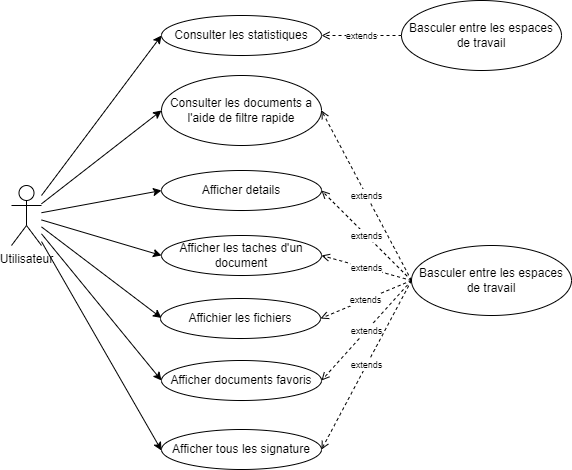
PFE-Neoledge-2023/rapport keeps this draw.io diagram as images_pfe/use_case_sprint_7.png. Above is the earlier version. Source tidied: cells renumbered, new cells last; positions are measured from the earlier drawing's top-left corner, leaving out a move shared by most shapes.
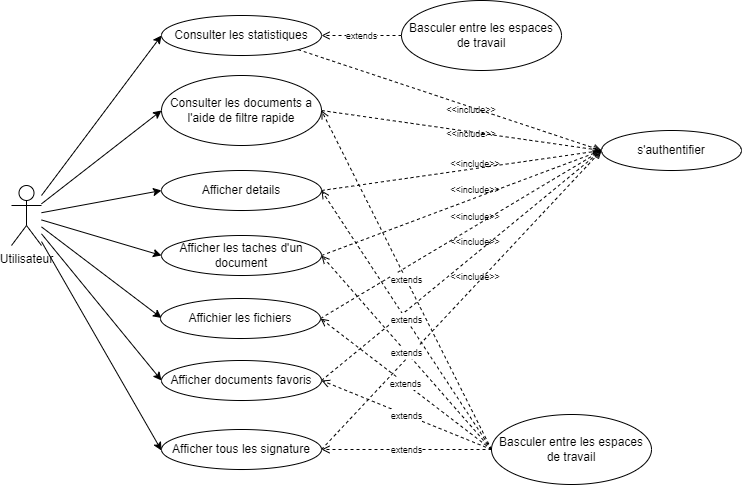
Above is the later version.

The edit, as a diff of the source:
```diff
@@ -36,9 +36,15 @@
     <mxCell id="9" value="Utilisateur" style="shape=umlActor;verticalLabelPosition=bottom;verticalAlign=top;html=1;" parent="1" vertex="1">
       <mxGeometry y="185" width="30" height="60" as="geometry" />
     </mxCell>
+    <mxCell id="26" style="edgeStyle=none;html=1;exitX=1;exitY=1;exitDx=0;exitDy=0;entryX=0;entryY=0.5;entryDx=0;entryDy=0;dashed=1;endArrow=open;endFill=0;" parent="1" edge="1" source="10" target="33">
+      <mxGeometry relative="1" as="geometry" />
+    </mxCell>
     <mxCell id="10" value="Consulter les statistiques" style="ellipse;whiteSpace=wrap;html=1;" parent="1" vertex="1">
       <mxGeometry x="150" y="15" width="160" height="40" as="geometry" />
     </mxCell>
+    <mxCell id="27" style="edgeStyle=none;html=1;exitX=1;exitY=0.5;exitDx=0;exitDy=0;entryX=0;entryY=0.5;entryDx=0;entryDy=0;dashed=1;endArrow=open;endFill=0;" parent="1" edge="1" source="11" target="33">
+      <mxGeometry relative="1" as="geometry" />
+    </mxCell>
     <mxCell id="11" value="Consulter les documents a l'aide de filtre rapide" style="ellipse;whiteSpace=wrap;html=1;" parent="1" vertex="1">
       <mxGeometry x="150" y="75" width="160" height="70" as="geometry" />
     </mxCell>
@@ -48,18 +54,33 @@
     <mxCell id="13" value="Basculer entre les espaces de travail" style="ellipse;whiteSpace=wrap;html=1;" parent="1" vertex="1">
       <mxGeometry x="390" width="160" height="70" as="geometry" />
     </mxCell>
+    <mxCell id="28" style="edgeStyle=none;html=1;exitX=1;exitY=0.5;exitDx=0;exitDy=0;entryX=0;entryY=0.5;entryDx=0;entryDy=0;dashed=1;endArrow=open;endFill=0;" parent="1" edge="1" source="14" target="33">
+      <mxGeometry relative="1" as="geometry" />
+    </mxCell>
     <mxCell id="14" value="Afficher details" style="ellipse;whiteSpace=wrap;html=1;" parent="1" vertex="1">
       <mxGeometry x="150" y="170" width="160" height="40" as="geometry" />
     </mxCell>
+    <mxCell id="29" style="edgeStyle=none;html=1;exitX=1;exitY=0.5;exitDx=0;exitDy=0;entryX=0;entryY=0.5;entryDx=0;entryDy=0;dashed=1;endArrow=open;endFill=0;" parent="1" edge="1" source="15" target="33">
+      <mxGeometry relative="1" as="geometry" />
+    </mxCell>
     <mxCell id="15" value="Afficher les taches d'un document" style="ellipse;whiteSpace=wrap;html=1;" parent="1" vertex="1">
       <mxGeometry x="150" y="235" width="160" height="40" as="geometry" />
     </mxCell>
+    <mxCell id="30" style="edgeStyle=none;html=1;exitX=1;exitY=0.5;exitDx=0;exitDy=0;dashed=1;endArrow=open;endFill=0;entryX=0;entryY=0.5;entryDx=0;entryDy=0;" parent="1" edge="1" source="16" target="33">
+      <mxGeometry relative="1" as="geometry" />
+    </mxCell>
     <mxCell id="16" value="Affichier les fichiers" style="ellipse;whiteSpace=wrap;html=1;" parent="1" vertex="1">
       <mxGeometry x="149" y="298" width="160" height="40" as="geometry" />
     </mxCell>
+    <mxCell id="31" style="edgeStyle=none;html=1;exitX=1;exitY=0.5;exitDx=0;exitDy=0;dashed=1;endArrow=open;endFill=0;entryX=0;entryY=0.5;entryDx=0;entryDy=0;" parent="1" edge="1" source="17" target="33">
+      <mxGeometry relative="1" as="geometry" />
+    </mxCell>
     <mxCell id="17" value="Aﬀicher documents favoris" style="ellipse;whiteSpace=wrap;html=1;" parent="1" vertex="1">
       <mxGeometry x="150" y="360" width="160" height="40" as="geometry" />
     </mxCell>
+    <mxCell id="32" style="edgeStyle=none;html=1;exitX=1;exitY=0.5;exitDx=0;exitDy=0;dashed=1;endArrow=open;endFill=0;entryX=0;entryY=0.5;entryDx=0;entryDy=0;" parent="1" edge="1" source="18" target="33">
+      <mxGeometry relative="1" as="geometry" />
+    </mxCell>
     <mxCell id="18" value="Afficher tous les signature" style="ellipse;whiteSpace=wrap;html=1;" parent="1" vertex="1">
       <mxGeometry x="150" y="429" width="160" height="40" as="geometry" />
     </mxCell>
@@ -67,7 +88,7 @@
       <mxGeometry relative="1" as="geometry" />
     </mxCell>
     <mxCell id="20" value="Basculer entre les espaces de travail" style="ellipse;whiteSpace=wrap;html=1;" parent="1" vertex="1">
-      <mxGeometry x="400" y="245" width="160" height="70" as="geometry" />
+      <mxGeometry x="480" y="414" width="160" height="70" as="geometry" />
     </mxCell>
     <mxCell id="21" value="&lt;font style=&quot;font-size: 9px;&quot;&gt;extends&lt;/font&gt;" style="edgeStyle=none;html=1;entryX=1;entryY=0.5;entryDx=0;entryDy=0;dashed=1;startArrow=none;startFill=0;endArrow=open;endFill=0;exitX=0;exitY=0.5;exitDx=0;exitDy=0;" parent="1" edge="1" source="20" target="14">
       <mxGeometry relative="1" as="geometry" />
@@ -84,5 +105,29 @@
     <mxCell id="25" value="&lt;font style=&quot;font-size: 9px;&quot;&gt;extends&lt;/font&gt;" style="edgeStyle=none;html=1;entryX=1;entryY=0.5;entryDx=0;entryDy=0;dashed=1;startArrow=none;startFill=0;endArrow=open;endFill=0;exitX=0;exitY=0.5;exitDx=0;exitDy=0;" parent="1" edge="1" source="20" target="18">
       <mxGeometry relative="1" as="geometry" />
     </mxCell>
+    <mxCell id="33" value="s'authentifier" style="ellipse;whiteSpace=wrap;html=1;" parent="1" vertex="1">
+      <mxGeometry x="590" y="130" width="140" height="40" as="geometry" />
+    </mxCell>
+    <mxCell id="34" value="&amp;lt;&amp;lt;include&amp;gt;&amp;gt;" style="text;html=1;strokeColor=none;fillColor=none;align=center;verticalAlign=middle;whiteSpace=wrap;rounded=0;fontSize=9;" parent="1" vertex="1">
+      <mxGeometry x="430" y="95" width="60" height="30" as="geometry" />
+    </mxCell>
+    <mxCell id="35" value="&amp;lt;&amp;lt;include&amp;gt;&amp;gt;" style="text;html=1;strokeColor=none;fillColor=none;align=center;verticalAlign=middle;whiteSpace=wrap;rounded=0;fontSize=9;" parent="1" vertex="1">
+      <mxGeometry x="430" y="119" width="60" height="30" as="geometry" />
+    </mxCell>
+    <mxCell id="36" value="&amp;lt;&amp;lt;include&amp;gt;&amp;gt;" style="text;html=1;strokeColor=none;fillColor=none;align=center;verticalAlign=middle;whiteSpace=wrap;rounded=0;fontSize=9;" parent="1" vertex="1">
+      <mxGeometry x="434" y="149" width="60" height="30" as="geometry" />
+    </mxCell>
+    <mxCell id="37" value="&amp;lt;&amp;lt;include&amp;gt;&amp;gt;" style="text;html=1;strokeColor=none;fillColor=none;align=center;verticalAlign=middle;whiteSpace=wrap;rounded=0;fontSize=9;" parent="1" vertex="1">
+      <mxGeometry x="434" y="175" width="60" height="30" as="geometry" />
+    </mxCell>
+    <mxCell id="38" value="&amp;lt;&amp;lt;include&amp;gt;&amp;gt;" style="text;html=1;strokeColor=none;fillColor=none;align=center;verticalAlign=middle;whiteSpace=wrap;rounded=0;fontSize=9;" parent="1" vertex="1">
+      <mxGeometry x="434" y="202" width="60" height="30" as="geometry" />
+    </mxCell>
+    <mxCell id="39" value="&amp;lt;&amp;lt;include&amp;gt;&amp;gt;" style="text;html=1;strokeColor=none;fillColor=none;align=center;verticalAlign=middle;whiteSpace=wrap;rounded=0;fontSize=9;" parent="1" vertex="1">
+      <mxGeometry x="434" y="227" width="60" height="30" as="geometry" />
+    </mxCell>
+    <mxCell id="40" value="&amp;lt;&amp;lt;include&amp;gt;&amp;gt;" style="text;html=1;strokeColor=none;fillColor=none;align=center;verticalAlign=middle;whiteSpace=wrap;rounded=0;fontSize=9;" parent="1" vertex="1">
+      <mxGeometry x="434" y="262" width="60" height="30" as="geometry" />
+    </mxCell>
   </root>
 </mxGraphModel>
```
